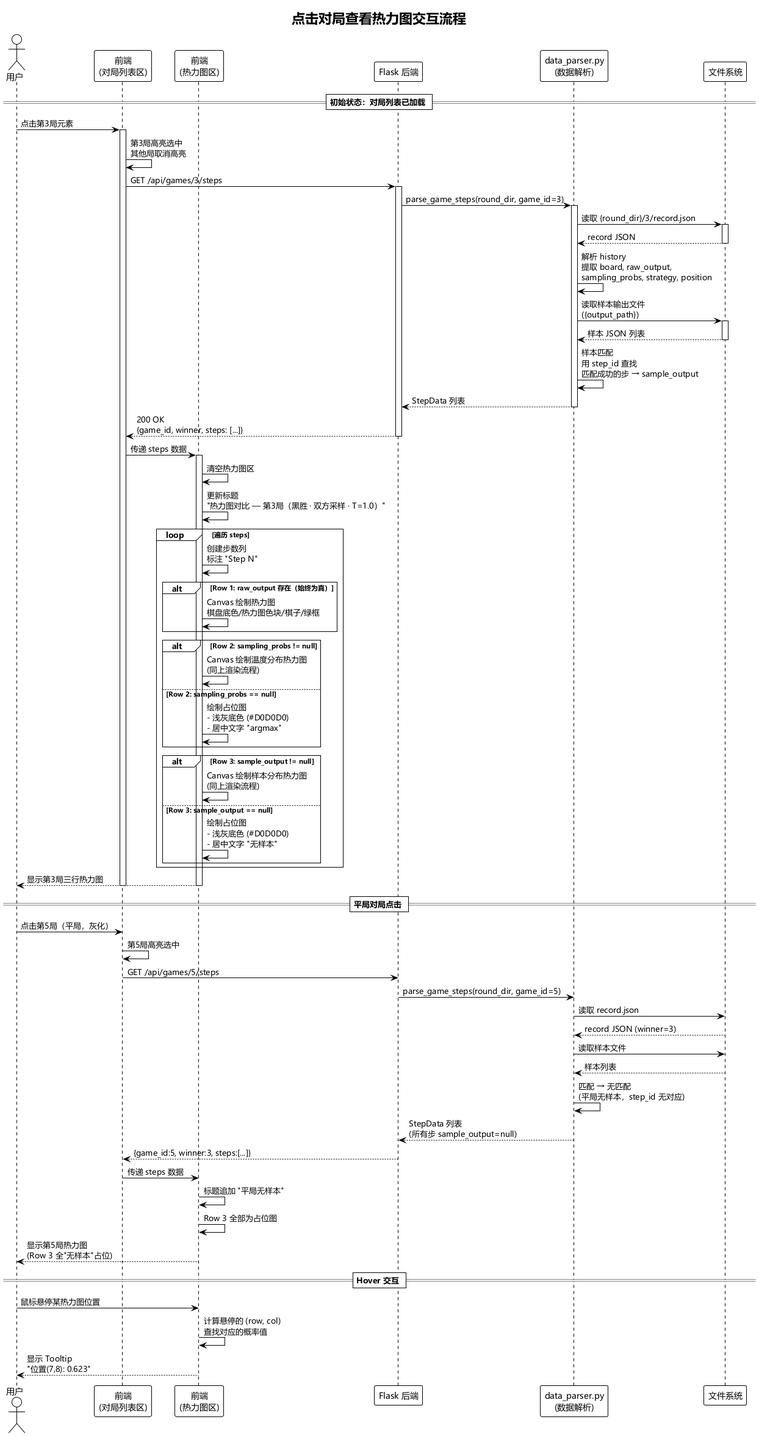
Above: design/1/game_click_flow.png in nanhao/gomoku (PlantUML), before the change.
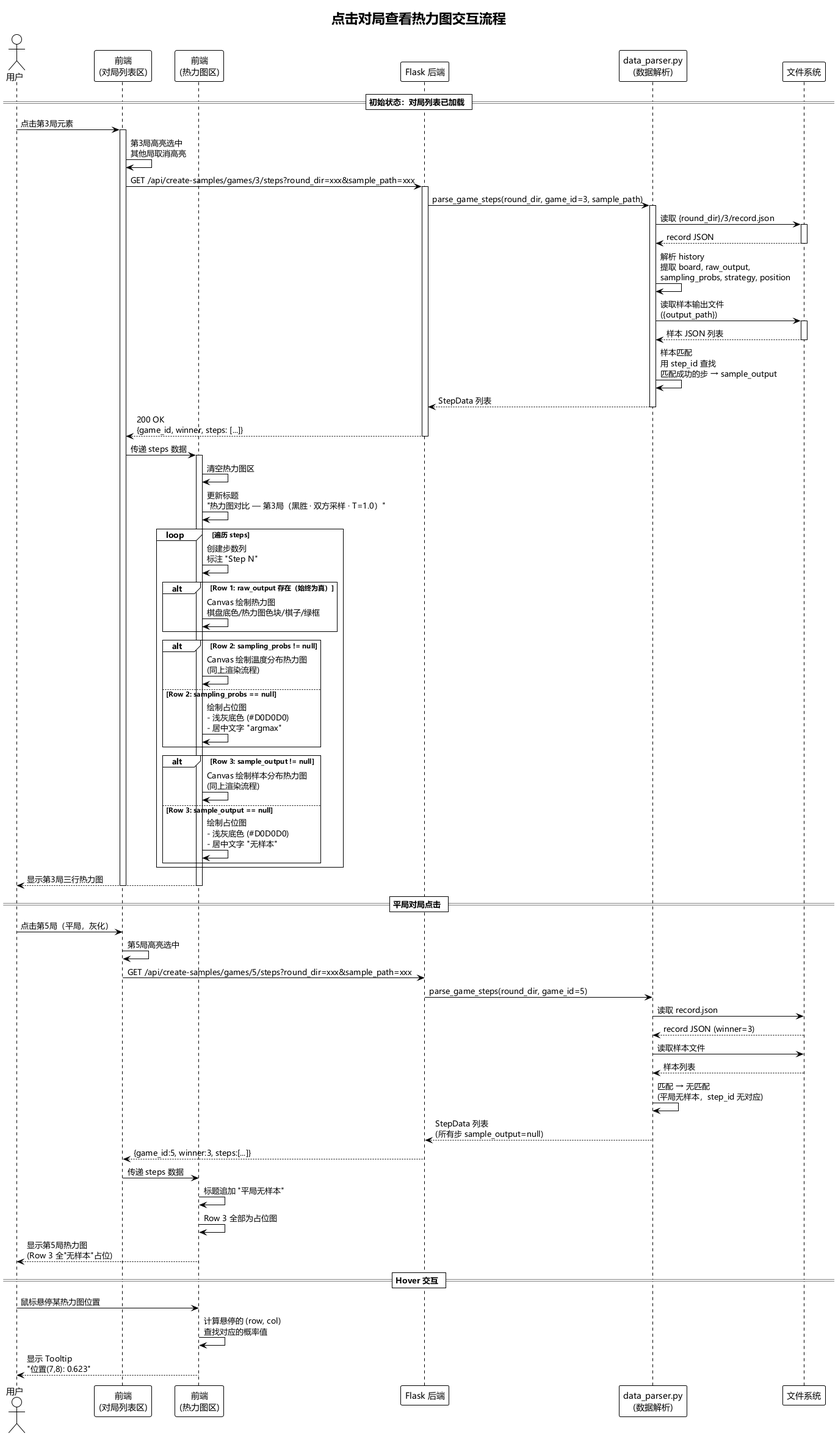
After the commit.

Diff of the diagram source:
```diff
@@ -18,10 +18,10 @@
 
 GL -> GL: 第3局高亮选中\n其他局取消高亮
 
-GL -> BE: GET /api/games/3/steps
+GL -> BE: GET /api/create-samples/games/3/steps?round_dir=xxx&sample_path=xxx
 activate BE
 
-BE -> DP: parse_game_steps(round_dir, game_id=3)
+BE -> DP: parse_game_steps(round_dir, game_id=3, sample_path)
 activate DP
 
 DP -> FS: 读取 {round_dir}/3/record.json
@@ -80,7 +80,7 @@
 
 User -> GL: 点击第5局（平局，灰化）
 GL -> GL: 第5局高亮选中
-GL -> BE: GET /api/games/5/steps
+GL -> BE: GET /api/create-samples/games/5/steps?round_dir=xxx&sample_path=xxx
 BE -> DP: parse_game_steps(round_dir, game_id=5)
 DP -> FS: 读取 record.json
 FS --> DP: record JSON (winner=3)
```
